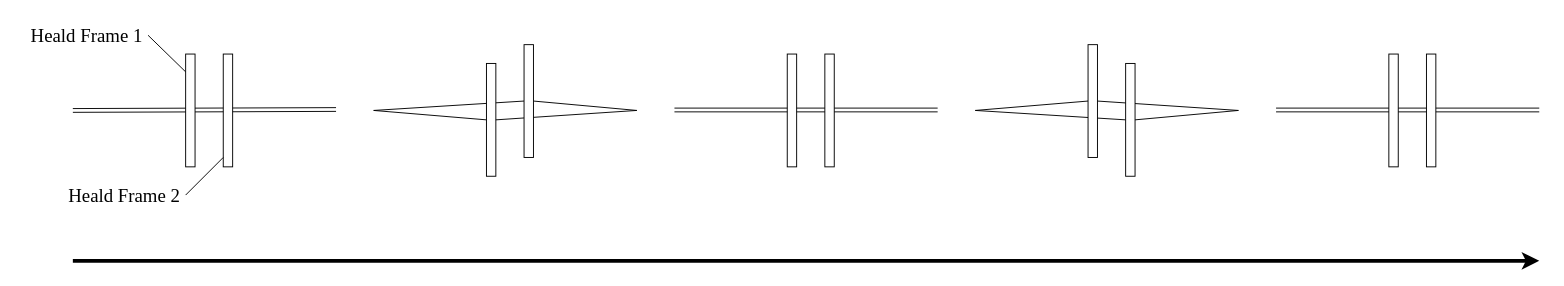
This is loomponch.drawio from penguin1q/drawio, a draw.io file, before an edit. Source tidied: cells renumbered, new cells numbered last; positions are measured from the earlier drawing's top-left corner, leaving out a move shared by most shapes. Both pictures are drawn from the tidied source at 94%, with x=0, y=0 at pixel (25, 25).
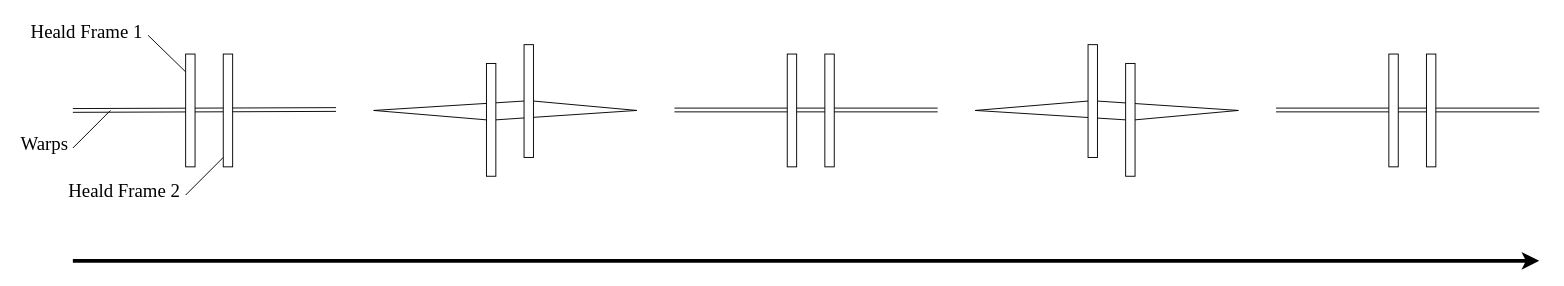
The same page after the edit.

Commit message (it also covers changes not shown here):
loomponch.drawio を更新します

What changed in the source:
```diff
@@
     <mxCell id="22" value="&lt;font style=&quot;font-size: 20px;&quot; face=&quot;Times New Roman&quot;&gt;Heald Frame 1&lt;/font&gt;" style="text;html=1;align=center;verticalAlign=middle;whiteSpace=wrap;rounded=0;" parent="1" vertex="1">
-      <mxGeometry width="130" height="20" as="geometry" />
+      <mxGeometry y="-10" width="130" height="30" as="geometry" />
     </mxCell>
     <mxCell id="23" value="&lt;font style=&quot;font-size: 20px;&quot; face=&quot;Times New Roman&quot;&gt;Heald Frame 2&lt;/font&gt;" style="text;html=1;align=center;verticalAlign=middle;whiteSpace=wrap;rounded=0;" parent="1" vertex="1">
-      <mxGeometry x="40" y="170" width="130" height="20" as="geometry" />
+      <mxGeometry x="40" y="160" width="130" height="30" as="geometry" />
     </mxCell>
@@
+    <mxCell id="28" style="endArrow=none;html=1;rounded=0;" parent="1" edge="1">
+      <mxGeometry relative="1" as="geometry">
+        <mxPoint x="50" y="130" as="sourcePoint" />
+        <mxPoint x="90" y="90" as="targetPoint" />
+      </mxGeometry>
+    </mxCell>
+    <mxCell id="29" value="&lt;font style=&quot;font-size: 20px;&quot; face=&quot;Times New Roman&quot;&gt;Warps&lt;/font&gt;" style="text;html=1;align=center;verticalAlign=middle;whiteSpace=wrap;rounded=0;" parent="1" vertex="1">
+      <mxGeometry x="-10" y="110" width="60" height="30" as="geometry" />
+    </mxCell>
```
